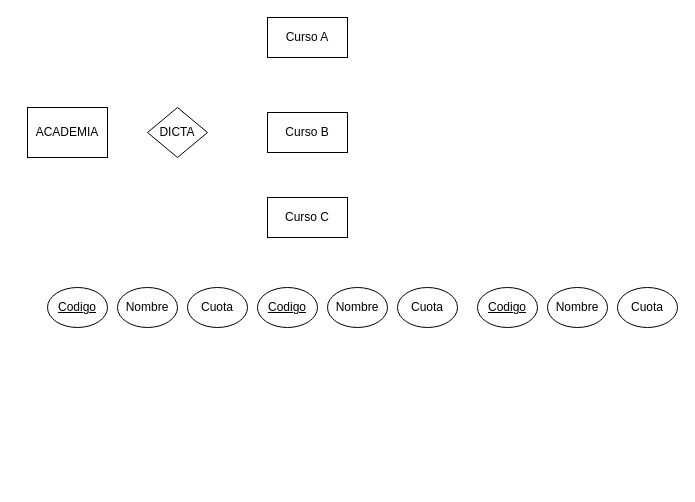
jesicaacosta/PracticasAutocadMedios1 keeps this draw.io diagram as EntidadRelacion.drawio. Above is the earlier version. Source tidied: cells renumbered, new cells numbered last; positions are measured from the earlier drawing's top-left corner, leaving out a move shared by most shapes. Both pictures are drawn from the tidied source at 100%, with x=0, y=0 at pixel (27, 17).
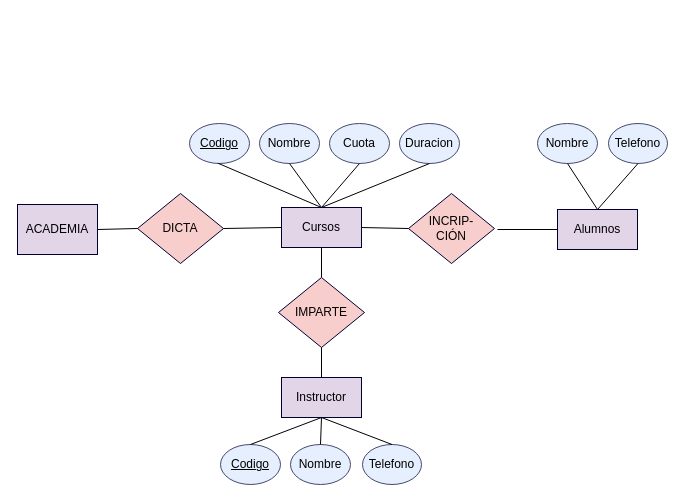
The same diagram, later.

What changed in the source:
```diff
@@
-    <mxCell id="2" value="ACADEMIA" style="rounded=0;whiteSpace=wrap;html=1;" parent="1" vertex="1">
-      <mxGeometry y="90" width="80" height="50" as="geometry" />
+    <mxCell id="2" value="ACADEMIA" style="rounded=0;whiteSpace=wrap;html=1;fillColor=#e1d5e7;strokeColor=#000033;" parent="1" vertex="1">
+      <mxGeometry x="-10" y="187" width="80" height="50" as="geometry" />
     </mxCell>
-    <mxCell id="3" value="Curso A" style="rounded=0;whiteSpace=wrap;html=1;" parent="1" vertex="1">
-      <mxGeometry x="240" width="80" height="40" as="geometry" />
+    <mxCell id="3" value="Cursos" style="rounded=0;whiteSpace=wrap;html=1;fillColor=#e1d5e7;strokeColor=#000033;" parent="1" vertex="1">
+      <mxGeometry x="254" y="190" width="80" height="40" as="geometry" />
     </mxCell>
-    <mxCell id="4" value="Curso B" style="rounded=0;whiteSpace=wrap;html=1;" parent="1" vertex="1">
-      <mxGeometry x="240" y="95" width="80" height="40" as="geometry" />
-    </mxCell>
-    <mxCell id="5" value="Curso C" style="rounded=0;whiteSpace=wrap;html=1;" parent="1" vertex="1">
-      <mxGeometry x="240" y="180" width="80" height="40" as="geometry" />
-    </mxCell>
-    <mxCell id="6" value="DICTA" style="rhombus;whiteSpace=wrap;html=1;" parent="1" vertex="1">
-      <mxGeometry x="120" y="90" width="60" height="50" as="geometry" />
-    </mxCell>
-    <mxCell id="7" value="&lt;u&gt;Codigo&lt;/u&gt;" style="ellipse;whiteSpace=wrap;html=1;" parent="1" vertex="1">
-      <mxGeometry x="20" y="270" width="60" height="40" as="geometry" />
+    <mxCell id="7" value="&lt;u&gt;Codigo&lt;/u&gt;" style="ellipse;whiteSpace=wrap;html=1;fillColor=#dae8fc;strokeColor=#000033;fillStyle=auto;opacity=70;" parent="1" vertex="1">
+      <mxGeometry x="162" y="106" width="60" height="40" as="geometry" />
     </mxCell>
-    <mxCell id="8" value="Nombre" style="ellipse;whiteSpace=wrap;html=1;" parent="1" vertex="1">
-      <mxGeometry x="90" y="270" width="60" height="40" as="geometry" />
+    <mxCell id="8" value="Nombre" style="ellipse;whiteSpace=wrap;html=1;fillColor=#dae8fc;strokeColor=#000033;fillStyle=auto;opacity=70;" parent="1" vertex="1">
+      <mxGeometry x="232" y="106" width="60" height="40" as="geometry" />
     </mxCell>
-    <mxCell id="9" value="Cuota" style="ellipse;whiteSpace=wrap;html=1;" parent="1" vertex="1">
-      <mxGeometry x="160" y="270" width="60" height="40" as="geometry" />
+    <mxCell id="9" value="Cuota" style="ellipse;whiteSpace=wrap;html=1;fillColor=#dae8fc;strokeColor=#000033;fillStyle=auto;opacity=70;" parent="1" vertex="1">
+      <mxGeometry x="302" y="106" width="60" height="40" as="geometry" />
     </mxCell>
-    <mxCell id="10" value="&lt;u&gt;Codigo&lt;/u&gt;" style="ellipse;whiteSpace=wrap;html=1;" parent="1" vertex="1">
-      <mxGeometry x="230" y="270" width="60" height="40" as="geometry" />
-    </mxCell>
-    <mxCell id="11" value="Nombre" style="ellipse;whiteSpace=wrap;html=1;" parent="1" vertex="1">
-      <mxGeometry x="300" y="270" width="60" height="40" as="geometry" />
-    </mxCell>
-    <mxCell id="12" value="Cuota" style="ellipse;whiteSpace=wrap;html=1;" parent="1" vertex="1">
-      <mxGeometry x="370" y="270" width="60" height="40" as="geometry" />
-    </mxCell>
-    <mxCell id="13" value="&lt;u&gt;Codigo&lt;/u&gt;" style="ellipse;whiteSpace=wrap;html=1;" parent="1" vertex="1">
-      <mxGeometry x="450" y="270" width="60" height="40" as="geometry" />
-    </mxCell>
-    <mxCell id="14" value="Nombre" style="ellipse;whiteSpace=wrap;html=1;" parent="1" vertex="1">
-      <mxGeometry x="520" y="270" width="60" height="40" as="geometry" />
-    </mxCell>
-    <mxCell id="15" value="Cuota" style="ellipse;whiteSpace=wrap;html=1;" parent="1" vertex="1">
-      <mxGeometry x="590" y="270" width="60" height="40" as="geometry" />
-    </mxCell>
+    <mxCell id="16" value="Duracion" style="ellipse;whiteSpace=wrap;html=1;fillColor=#dae8fc;strokeColor=#000033;fillStyle=auto;opacity=70;" parent="1" vertex="1">
+      <mxGeometry x="372" y="106" width="60" height="40" as="geometry" />
+    </mxCell>
+    <mxCell id="17" value="IMPARTE" style="rhombus;whiteSpace=wrap;html=1;fillColor=#f8cecc;strokeColor=#000033;" parent="1" vertex="1">
+      <mxGeometry x="251" y="260" width="86" height="70" as="geometry" />
+    </mxCell>
+    <mxCell id="18" value="Instructor" style="rounded=0;whiteSpace=wrap;html=1;fillColor=#e1d5e7;strokeColor=#000033;" parent="1" vertex="1">
+      <mxGeometry x="254" y="360" width="80" height="40" as="geometry" />
+    </mxCell>
+    <mxCell id="19" value="&lt;u&gt;Codigo&lt;/u&gt;" style="ellipse;whiteSpace=wrap;html=1;fillColor=#dae8fc;strokeColor=#000033;fillStyle=auto;opacity=70;" parent="1" vertex="1">
+      <mxGeometry x="193" y="427" width="60" height="40" as="geometry" />
+    </mxCell>
+    <mxCell id="20" value="Nombre" style="ellipse;whiteSpace=wrap;html=1;fillColor=#dae8fc;strokeColor=#000033;fillStyle=auto;opacity=70;" parent="1" vertex="1">
+      <mxGeometry x="263" y="427" width="60" height="40" as="geometry" />
+    </mxCell>
+    <mxCell id="21" value="Telefono" style="ellipse;whiteSpace=wrap;html=1;fillColor=#dae8fc;strokeColor=#000033;fillStyle=auto;opacity=70;" parent="1" vertex="1">
+      <mxGeometry x="335" y="427" width="59" height="40" as="geometry" />
+    </mxCell>
+    <mxCell id="22" value="Alumnos" style="rounded=0;whiteSpace=wrap;html=1;fillColor=#e1d5e7;strokeColor=#000033;" parent="1" vertex="1">
+      <mxGeometry x="530" y="192" width="80" height="40" as="geometry" />
+    </mxCell>
+    <mxCell id="23" value="Nombre" style="ellipse;whiteSpace=wrap;html=1;fillColor=#dae8fc;strokeColor=#000033;fillStyle=auto;opacity=70;" parent="1" vertex="1">
+      <mxGeometry x="510" y="106" width="60" height="40" as="geometry" />
+    </mxCell>
+    <mxCell id="24" value="Telefono" style="ellipse;whiteSpace=wrap;html=1;fillColor=#dae8fc;strokeColor=#000033;fillStyle=auto;opacity=70;" parent="1" vertex="1">
+      <mxGeometry x="581" y="106" width="59" height="40" as="geometry" />
+    </mxCell>
+    <mxCell id="25" value="INCRIP-&lt;div&gt;CIÓN&lt;/div&gt;" style="rhombus;whiteSpace=wrap;html=1;fillColor=#f8cecc;strokeColor=#000033;" parent="1" vertex="1">
+      <mxGeometry x="381" y="176" width="86" height="70" as="geometry" />
+    </mxCell>
+    <mxCell id="6" value="DICTA" style="rhombus;whiteSpace=wrap;html=1;fillColor=#f8cecc;strokeColor=#000033;" parent="1" vertex="1">
+      <mxGeometry x="110" y="176" width="86" height="70" as="geometry" />
+    </mxCell>
+    <mxCell id="26" style="endArrow=none;html=1;rounded=0;exitX=1;exitY=0.5;exitDx=0;exitDy=0;entryX=0;entryY=0.5;entryDx=0;entryDy=0;" parent="1" edge="1" source="2" target="6">
+      <mxGeometry relative="1" as="geometry" />
+    </mxCell>
+    <mxCell id="27" style="endArrow=none;html=1;rounded=0;exitX=1;exitY=0.5;exitDx=0;exitDy=0;entryX=0;entryY=0.5;entryDx=0;entryDy=0;" parent="1" edge="1" source="6" target="3">
+      <mxGeometry relative="1" as="geometry" />
+    </mxCell>
+    <mxCell id="28" style="endArrow=none;html=1;rounded=0;entryX=0;entryY=0.5;entryDx=0;entryDy=0;exitX=1;exitY=0.5;exitDx=0;exitDy=0;" parent="1" edge="1" source="3" target="25">
+      <mxGeometry relative="1" as="geometry" />
+    </mxCell>
+    <mxCell id="29" style="endArrow=none;html=1;rounded=0;entryX=0.5;entryY=1;entryDx=0;entryDy=0;exitX=0.5;exitY=0;exitDx=0;exitDy=0;" parent="1" edge="1" source="17" target="3">
+      <mxGeometry relative="1" as="geometry" />
+    </mxCell>
+    <mxCell id="30" style="endArrow=none;html=1;rounded=0;entryX=0.5;entryY=1;entryDx=0;entryDy=0;exitX=0.5;exitY=0;exitDx=0;exitDy=0;fontStyle=1;" parent="1" edge="1" source="3" target="16">
+      <mxGeometry relative="1" as="geometry" />
+    </mxCell>
+    <mxCell id="31" style="endArrow=none;html=1;rounded=0;entryX=0.5;entryY=1;entryDx=0;entryDy=0;exitX=0.5;exitY=0;exitDx=0;exitDy=0;" parent="1" edge="1" source="3" target="9">
+      <mxGeometry relative="1" as="geometry" />
+    </mxCell>
+    <mxCell id="32" style="endArrow=none;html=1;rounded=0;entryX=0.5;entryY=1;entryDx=0;entryDy=0;exitX=0.5;exitY=0;exitDx=0;exitDy=0;" parent="1" edge="1" source="3" target="8">
+      <mxGeometry relative="1" as="geometry" />
+    </mxCell>
+    <mxCell id="33" style="endArrow=none;html=1;rounded=0;entryX=0.474;entryY=0.993;entryDx=0;entryDy=0;exitX=0.5;exitY=0;exitDx=0;exitDy=0;entryPerimeter=0;" parent="1" edge="1" source="3" target="7">
+      <mxGeometry relative="1" as="geometry" />
+    </mxCell>
+    <mxCell id="34" style="endArrow=none;html=1;rounded=0;entryX=0.5;entryY=1;entryDx=0;entryDy=0;exitX=0.5;exitY=0;exitDx=0;exitDy=0;" parent="1" edge="1" source="18" target="17">
+      <mxGeometry relative="1" as="geometry" />
+    </mxCell>
+    <mxCell id="35" style="endArrow=none;html=1;rounded=0;entryX=0.5;entryY=1;entryDx=0;entryDy=0;exitX=0.5;exitY=0;exitDx=0;exitDy=0;" parent="1" edge="1" source="19" target="18">
+      <mxGeometry relative="1" as="geometry" />
+    </mxCell>
+    <mxCell id="36" style="endArrow=none;html=1;rounded=0;entryX=0.5;entryY=1;entryDx=0;entryDy=0;exitX=0.5;exitY=0;exitDx=0;exitDy=0;" parent="1" edge="1" source="20" target="18">
+      <mxGeometry relative="1" as="geometry" />
+    </mxCell>
+    <mxCell id="37" style="endArrow=none;html=1;rounded=0;entryX=0.5;entryY=1;entryDx=0;entryDy=0;exitX=0.5;exitY=0;exitDx=0;exitDy=0;" parent="1" edge="1" source="21" target="18">
+      <mxGeometry relative="1" as="geometry" />
+    </mxCell>
+    <mxCell id="38" style="endArrow=none;html=1;rounded=0;entryX=0;entryY=0.5;entryDx=0;entryDy=0;" parent="1" edge="1" target="22">
+      <mxGeometry relative="1" as="geometry">
+        <mxPoint x="470" y="212" as="sourcePoint" />
+      </mxGeometry>
+    </mxCell>
+    <mxCell id="39" style="endArrow=none;html=1;rounded=0;entryX=0.5;entryY=0;entryDx=0;entryDy=0;exitX=0.5;exitY=1;exitDx=0;exitDy=0;" parent="1" edge="1" source="23" target="22">
+      <mxGeometry relative="1" as="geometry" />
+    </mxCell>
+    <mxCell id="40" style="endArrow=none;html=1;rounded=0;entryX=0.5;entryY=1;entryDx=0;entryDy=0;exitX=0.5;exitY=0;exitDx=0;exitDy=0;" parent="1" edge="1" source="22" target="24">
+      <mxGeometry relative="1" as="geometry" />
+    </mxCell>
```
